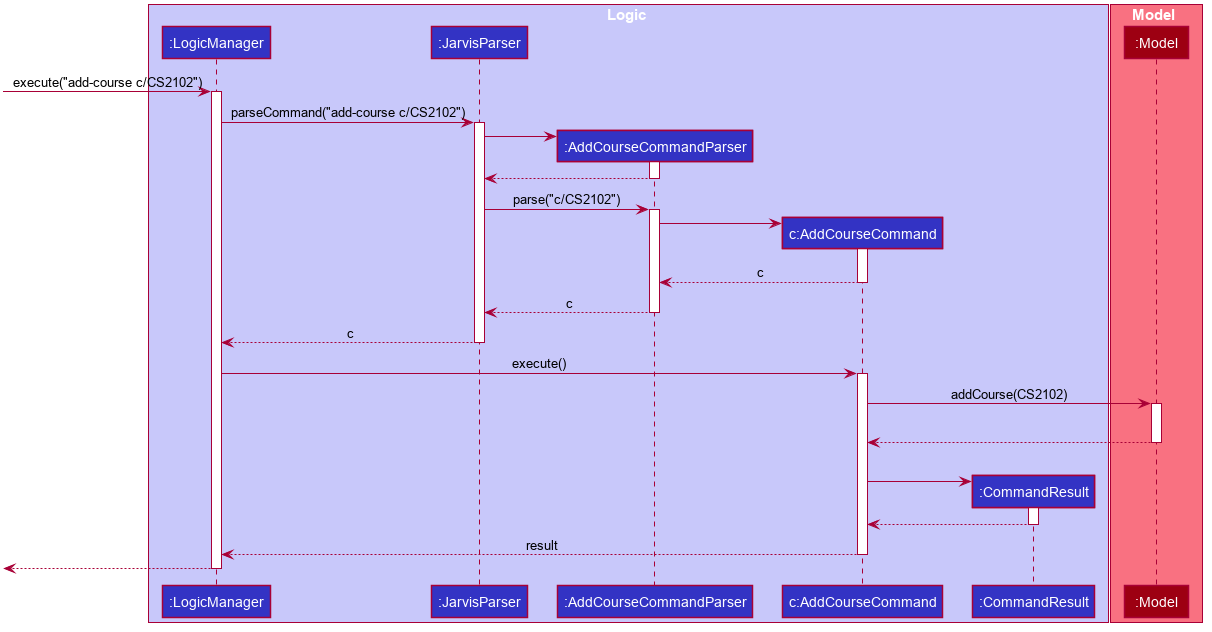
Above: docs/images/AddSequenceDiagram.png in nus-cs2103-AY1920S1/addressbook-level3 (PlantUML), before the change.
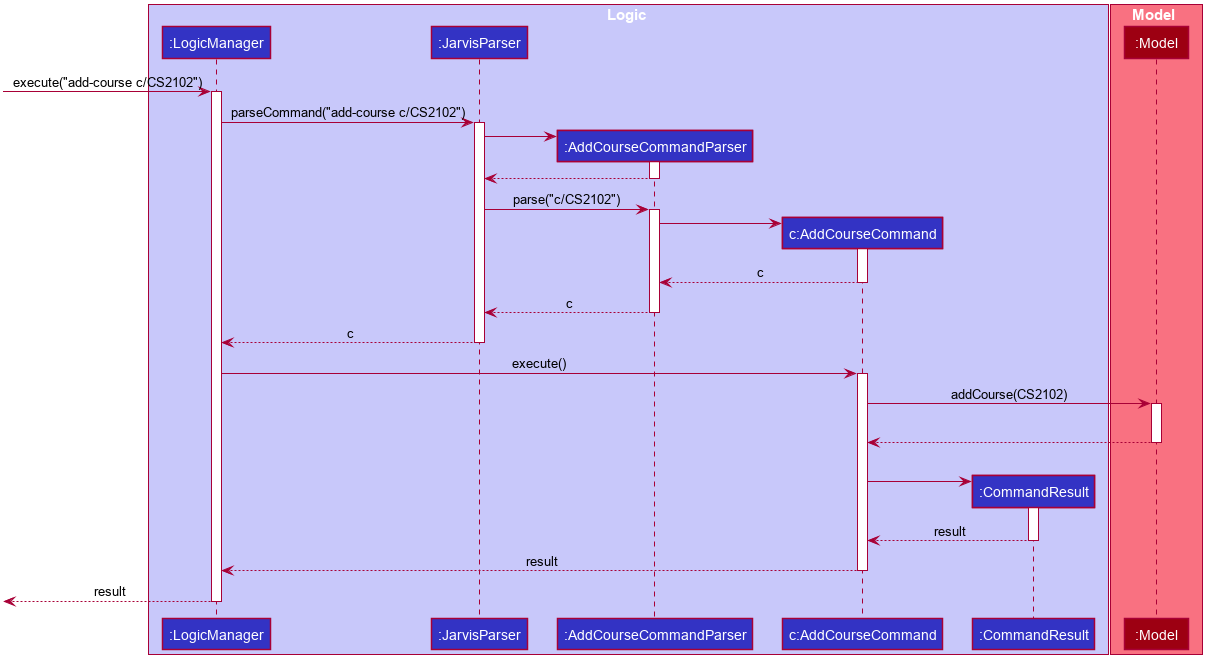
Above is the later version.

Change to the diagram source:
```diff
@@ -83,14 +83,13 @@
 AddCourseCommand -> Model : addCourse(CS2102)
     |||
     return
-
 |||
 
 create CommandResult
 AddCourseCommand -> CommandResult
-    return
+    return result
 
 return result
 
-[<--LogicManager
+[<--LogicManager : result
 @enduml
```
